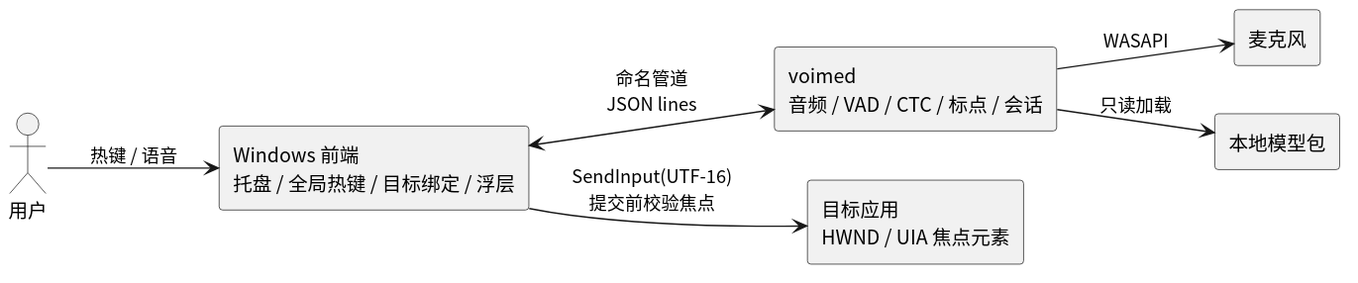
This is diagram/windows-mvp.svg from 54m43lJ/voime, a PlantUML export, as it was before one commit.
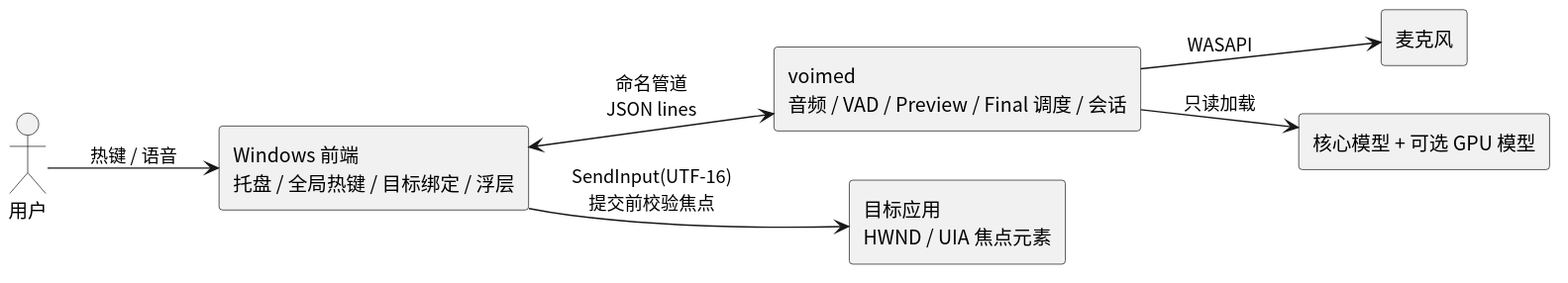
The same file after the commit.

The edit, as a diff of the source:
```diff
@@ -6,10 +6,10 @@
 
 actor "用户" as User
 component "Windows 前端\n托盘 / 全局热键 / 目标绑定 / 浮层" as Frontend
-component "voimed\n音频 / VAD / CTC / 标点 / 会话" as Daemon
+component "voimed\n音频 / VAD / Preview / Final 调度 / 会话" as Daemon
 component "目标应用\nHWND / UIA 焦点元素" as App
 component "麦克风" as Mic
-component "本地模型包" as Models
+component "核心模型 + 可选 GPU 模型" as Models
 
 User --> Frontend : 热键 / 语音
 Frontend <--> Daemon : 命名管道\nJSON lines
```
